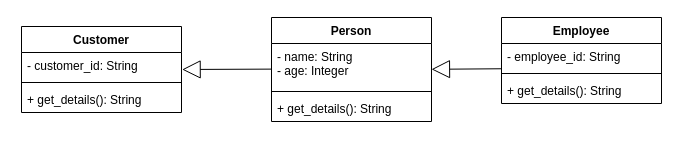
Earlier version of the draw.io diagram Inheritance.drawio (jessicapollard/at1). Source tidied: cells renumbered, new cells numbered last; positions are measured from the earlier drawing's top-left corner, leaving out a move shared by most shapes. Both pictures are drawn from the tidied source at 100%, with x=0, y=0 at pixel (21, 17).
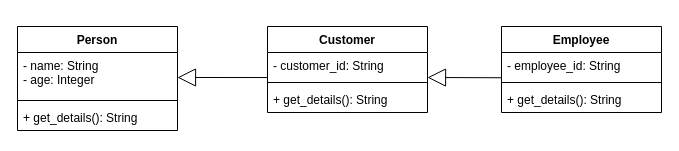
Above is the later version.

The edit, as a diff of the source:
```diff
@@
 <mxGraphModel>
   <root>
     <mxCell id="0" />
     <mxCell id="1" parent="0" />
     <mxCell id="2" value="Person" style="swimlane;fontStyle=1;align=center;verticalAlign=top;horizontal=1;startSize=26;whiteSpace=wrap;html=1;" parent="1" vertex="1">
-      <mxGeometry x="250" width="160" height="104" as="geometry" />
+      <mxGeometry x="-4" y="9" width="160" height="104" as="geometry" />
     </mxCell>
     <mxCell id="3" value="- name: String&lt;div&gt;- age: Integer&lt;/div&gt;" style="text;strokeColor=none;fillColor=none;align=left;verticalAlign=top;spacingLeft=4;spacingRight=4;overflow=hidden;points=[[0,0.5],[1,0.5]];portConstraint=eastwest;whiteSpace=wrap;html=1;" parent="2" vertex="1">
       <mxGeometry y="26" width="160" height="44" as="geometry" />
     </mxCell>
     <mxCell id="4" style="line;strokeWidth=1;fillColor=none;align=left;verticalAlign=middle;spacingTop=-1;spacingLeft=3;spacingRight=3;labelPosition=right;strokeColor=inherit;" parent="2" vertex="1">
       <mxGeometry y="70" width="160" height="8" as="geometry" />
     </mxCell>
     <mxCell id="5" value="+ get_details(): String" style="text;strokeColor=none;fillColor=none;align=left;verticalAlign=top;spacingLeft=4;spacingRight=4;overflow=hidden;whiteSpace=wrap;html=1;" parent="2" vertex="1">
       <mxGeometry y="78" width="160" height="26" as="geometry" />
     </mxCell>
     <mxCell id="6" value="Employee" style="swimlane;fontStyle=1;align=center;verticalAlign=top;horizontal=1;startSize=26;whiteSpace=wrap;html=1;" parent="1" vertex="1">
-      <mxGeometry x="480" width="160" height="86" as="geometry" />
+      <mxGeometry x="480" y="9" width="160" height="86" as="geometry" />
     </mxCell>
     <mxCell id="7" value="- employee_id: String" style="text;strokeColor=none;fillColor=none;align=left;verticalAlign=top;spacingLeft=4;spacingRight=4;overflow=hidden;points=[[0,0.5],[1,0.5]];portConstraint=eastwest;whiteSpace=wrap;html=1;" parent="6" vertex="1">
       <mxGeometry y="26" width="160" height="26" as="geometry" />
     </mxCell>
     <mxCell id="8" style="line;strokeWidth=1;fillColor=none;align=left;verticalAlign=middle;spacingTop=-1;spacingLeft=3;spacingRight=3;labelPosition=right;strokeColor=inherit;" parent="6" vertex="1">
       <mxGeometry y="52" width="160" height="8" as="geometry" />
     </mxCell>
     <mxCell id="9" value="+ get_details(): String" style="text;strokeColor=none;fillColor=none;align=left;verticalAlign=top;spacingLeft=4;spacingRight=4;overflow=hidden;whiteSpace=wrap;html=1;" parent="6" vertex="1">
       <mxGeometry y="60" width="160" height="26" as="geometry" />
     </mxCell>
     <mxCell id="10" value="Customer" style="swimlane;fontStyle=1;align=center;verticalAlign=top;horizontal=1;startSize=26;whiteSpace=wrap;html=1;" parent="1" vertex="1">
-      <mxGeometry y="9" width="160" height="86" as="geometry" />
+      <mxGeometry x="246" y="9" width="160" height="86" as="geometry" />
     </mxCell>
     <mxCell id="11" value="- customer_id: String" style="text;strokeColor=none;fillColor=none;align=left;verticalAlign=top;spacingLeft=4;spacingRight=4;overflow=hidden;points=[[0,0.5],[1,0.5]];portConstraint=eastwest;whiteSpace=wrap;html=1;" parent="10" vertex="1">
       <mxGeometry y="26" width="160" height="26" as="geometry" />
     </mxCell>
     <mxCell id="12" style="line;strokeWidth=1;fillColor=none;align=left;verticalAlign=middle;spacingTop=-1;spacingLeft=3;spacingRight=3;labelPosition=right;strokeColor=inherit;" parent="10" vertex="1">
       <mxGeometry y="52" width="160" height="8" as="geometry" />
     </mxCell>
     <mxCell id="13" value="+ get_details(): String" style="text;strokeColor=none;fillColor=none;align=left;verticalAlign=top;spacingLeft=4;spacingRight=4;overflow=hidden;whiteSpace=wrap;html=1;" parent="10" vertex="1">
       <mxGeometry y="60" width="160" height="26" as="geometry" />
     </mxCell>
-    <mxCell id="14" style="endArrow=block;endSize=16;endFill=0;html=1;rounded=0;entryX=1.013;entryY=0.727;entryDx=0;entryDy=0;entryPerimeter=0;exitX=0.001;exitY=0.971;exitDx=0;exitDy=0;exitPerimeter=0;" parent="1" edge="1" source="7">
+    <mxCell id="14" style="endArrow=block;endSize=16;endFill=0;html=1;rounded=0;exitX=0.001;exitY=0.971;exitDx=0;exitDy=0;exitPerimeter=0;" parent="1" edge="1" source="7">
       <mxGeometry relative="1" as="geometry">
-        <mxPoint x="410" y="51.8" as="targetPoint" />
+        <mxPoint x="406" y="60" as="targetPoint" />
       </mxGeometry>
     </mxCell>
-    <mxCell id="15" style="endArrow=block;endSize=16;endFill=0;html=1;rounded=0;entryX=1.004;entryY=0.654;entryDx=0;entryDy=0;entryPerimeter=0;exitX=0;exitY=0.582;exitDx=0;exitDy=0;exitPerimeter=0;" parent="1" edge="1" source="3" target="11">
-      <mxGeometry relative="1" as="geometry" />
+    <mxCell id="15" style="endArrow=block;endSize=16;endFill=0;html=1;rounded=0;exitX=-0.003;exitY=0.963;exitDx=0;exitDy=0;exitPerimeter=0;" parent="1" edge="1" source="11">
+      <mxGeometry relative="1" as="geometry">
+        <mxPoint x="156" y="60" as="targetPoint" />
+      </mxGeometry>
     </mxCell>
   </root>
 </mxGraphModel>
```
